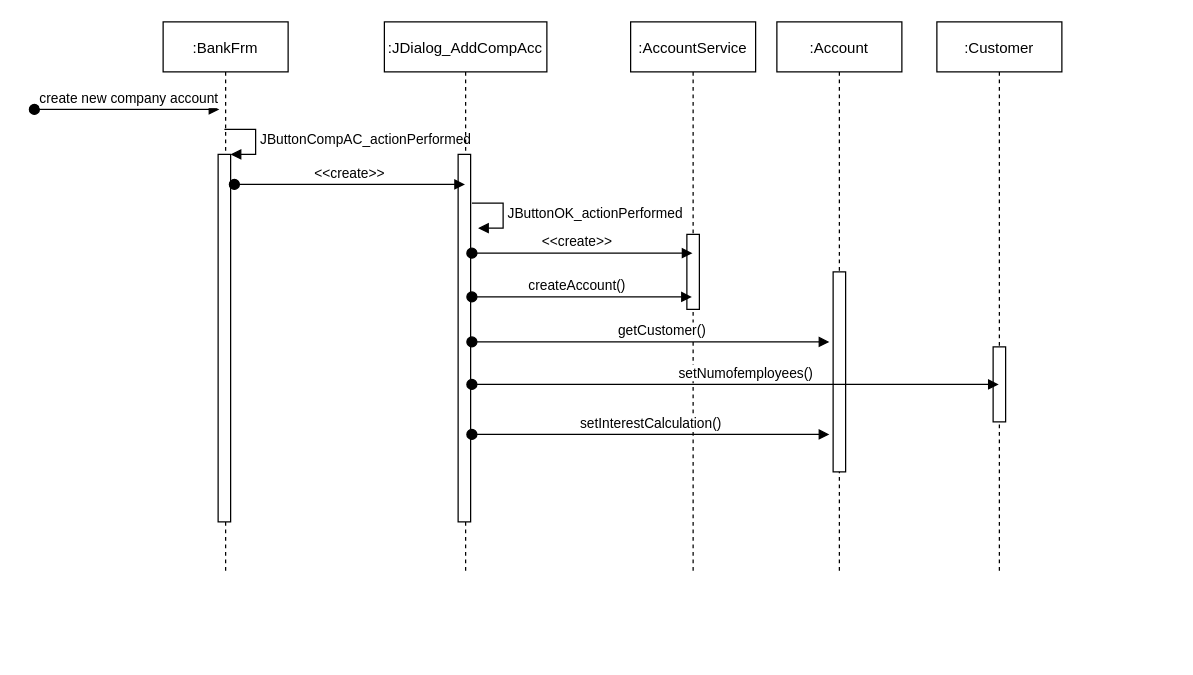
Before: documents/New_Company_Account_Sequence_Diagram.drawio in carwyndoan/bankproj, a draw.io diagram. Source tidied: cells renumbered, new cells numbered last; positions are measured from the earlier drawing's top-left corner, leaving out a move shared by most shapes. Both pictures are drawn from the tidied source at 125%, with x=0, y=0 at pixel (34, 21).
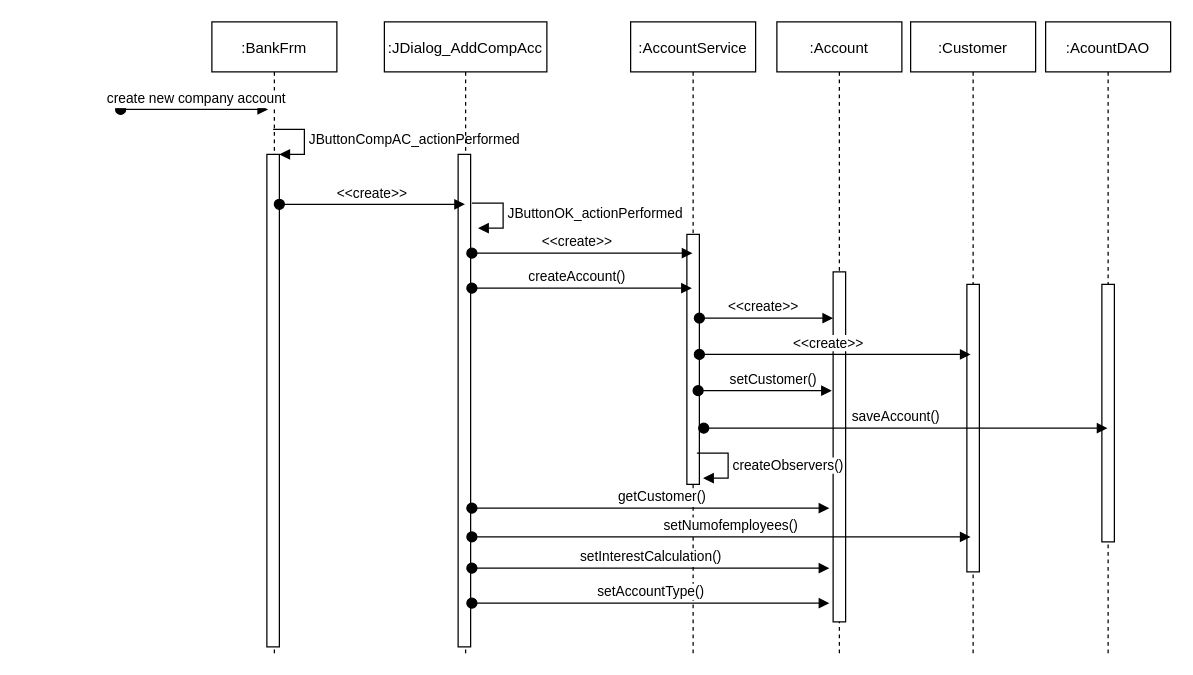
Above is the later version.

Commit message (it also covers changes not shown here):
Update documents: add setAccountType, and more details

Diff of the diagram source:
```diff
@@
     <mxCell id="2" value=":AccountService" style="shape=umlLifeline;perimeter=lifelinePerimeter;rounded=0;shadow=0;strokeWidth=1;" parent="1" vertex="1">
-      <mxGeometry x="477" width="100" height="440" as="geometry" />
+      <mxGeometry x="477" width="100" height="505" as="geometry" />
     </mxCell>
     <mxCell id="3" style="html=1;perimeter=orthogonalPerimeter;" parent="2" vertex="1">
-      <mxGeometry x="45" y="170" width="10" height="60" as="geometry" />
+      <mxGeometry x="45" y="170" width="10" height="200" as="geometry" />
     </mxCell>
     <mxCell id="4" value=":Account" style="shape=umlLifeline;perimeter=lifelinePerimeter;rounded=0;shadow=0;strokeWidth=1;" parent="1" vertex="1">
-      <mxGeometry x="594" width="100" height="440" as="geometry" />
+      <mxGeometry x="594" width="100" height="505" as="geometry" />
     </mxCell>
     <mxCell id="5" style="perimeter=orthogonalPerimeter;rounded=0;shadow=0;strokeWidth=1;" parent="4" vertex="1">
-      <mxGeometry x="45" y="200" width="10" height="160" as="geometry" />
+      <mxGeometry x="45" y="200" width="10" height="280" as="geometry" />
     </mxCell>
+    <mxCell id="21" value="&amp;lt;&amp;lt;create&amp;gt;&amp;gt;" style="html=1;verticalAlign=bottom;startArrow=oval;startFill=1;endArrow=block;startSize=8;" parent="4" edge="1">
+      <mxGeometry x="-0.05" relative="1" as="geometry">
+        <mxPoint x="-62" y="237" as="sourcePoint" />
+        <mxPoint x="45" y="237" as="targetPoint" />
+      </mxGeometry>
+    </mxCell>
     <mxCell id="6" value=":Customer" style="shape=umlLifeline;perimeter=lifelinePerimeter;rounded=0;shadow=0;strokeWidth=1;" parent="1" vertex="1">
-      <mxGeometry x="722" width="100" height="440" as="geometry" />
+      <mxGeometry x="701" width="100" height="505" as="geometry" />
     </mxCell>
     <mxCell id="7" style="perimeter=orthogonalPerimeter;rounded=0;shadow=0;strokeWidth=1;" parent="6" vertex="1">
-      <mxGeometry x="45" y="260" width="10" height="60" as="geometry" />
+      <mxGeometry x="45" y="210" width="10" height="230" as="geometry" />
     </mxCell>
     <mxCell id="8" value=":BankFrm" style="shape=umlLifeline;perimeter=lifelinePerimeter;rounded=0;shadow=0;strokeWidth=1;" parent="1" vertex="1">
-      <mxGeometry x="103" width="100" height="440" as="geometry" />
+      <mxGeometry x="142" width="100" height="505" as="geometry" />
     </mxCell>
     <mxCell id="9" value="create new company account" style="verticalAlign=bottom;startArrow=oval;endArrow=block;startSize=8;shadow=0;strokeWidth=1;" parent="8" edge="1">
       <mxGeometry x="0.03" relative="1" as="geometry">
-        <mxPoint x="-103" y="70" as="sourcePoint" />
+        <mxPoint x="-73" y="70" as="sourcePoint" />
         <mxPoint x="45" y="70" as="targetPoint" />
       </mxGeometry>
     </mxCell>
     <mxCell id="10" style="html=1;points=[];perimeter=orthogonalPerimeter;" parent="8" vertex="1">
-      <mxGeometry x="44" y="106" width="10" height="294" as="geometry" />
+      <mxGeometry x="44" y="106" width="10" height="394" as="geometry" />
     </mxCell>
@@
     <mxCell id="12" value=":JDialog_AddCompAcc" style="shape=umlLifeline;perimeter=lifelinePerimeter;rounded=0;shadow=0;strokeWidth=1;" parent="1" vertex="1">
-      <mxGeometry x="280" width="130" height="440" as="geometry" />
+      <mxGeometry x="280" width="130" height="505" as="geometry" />
     </mxCell>
     <mxCell id="13" style="html=1;perimeter=orthogonalPerimeter;" parent="12" vertex="1">
-      <mxGeometry x="59" y="106" width="10" height="294" as="geometry" />
+      <mxGeometry x="59" y="106" width="10" height="394" as="geometry" />
     </mxCell>
-    <mxCell id="14" value="&amp;lt;&amp;lt;create&amp;gt;&amp;gt;" style="html=1;verticalAlign=bottom;startArrow=oval;startFill=1;endArrow=block;startSize=8;" parent="1" edge="1" target="12">
-      <mxGeometry relative="1" as="geometry">
-        <mxPoint x="160" y="130" as="sourcePoint" />
-      </mxGeometry>
+    <mxCell id="14" value="&amp;lt;&amp;lt;create&amp;gt;&amp;gt;" style="html=1;verticalAlign=bottom;startArrow=oval;startFill=1;endArrow=block;startSize=8;exitX=0.54;exitY=0.289;exitDx=0;exitDy=0;exitPerimeter=0;" parent="1" edge="1" source="8" target="12">
+      <mxGeometry relative="1" as="geometry" />
     </mxCell>
@@
     <mxCell id="17" value="createAccount()" style="html=1;verticalAlign=bottom;startArrow=oval;startFill=1;endArrow=block;startSize=8;" parent="1" edge="1">
       <mxGeometry x="-0.05" relative="1" as="geometry">
-        <mxPoint x="350" y="220" as="sourcePoint" />
-        <mxPoint x="526" y="220" as="targetPoint" />
+        <mxPoint x="350" y="213" as="sourcePoint" />
+        <mxPoint x="526" y="213" as="targetPoint" />
       </mxGeometry>
     </mxCell>
     <mxCell id="18" value="getCustomer()" style="html=1;verticalAlign=bottom;startArrow=oval;startFill=1;endArrow=block;startSize=8;" parent="1" edge="1">
       <mxGeometry x="0.06" relative="1" as="geometry">
-        <mxPoint x="350" y="256" as="sourcePoint" />
-        <mxPoint x="636" y="256" as="targetPoint" />
+        <mxPoint x="350" y="389" as="sourcePoint" />
+        <mxPoint x="636" y="389" as="targetPoint" />
       </mxGeometry>
     </mxCell>
-    <mxCell id="19" value="setNumofemployees()" style="html=1;verticalAlign=bottom;startArrow=oval;startFill=1;endArrow=block;startSize=8;" parent="1" edge="1" target="6">
+    <mxCell id="19" value="setNumofemployees()" style="html=1;verticalAlign=bottom;startArrow=oval;startFill=1;endArrow=block;startSize=8;" parent="1" edge="1">
       <mxGeometry x="0.04" relative="1" as="geometry">
-        <mxPoint x="350" y="290" as="sourcePoint" />
+        <mxPoint x="350" y="412" as="sourcePoint" />
+        <mxPoint x="749" y="412" as="targetPoint" />
       </mxGeometry>
     </mxCell>
     <mxCell id="20" value="setInterestCalculation()" style="html=1;verticalAlign=bottom;startArrow=oval;startFill=1;endArrow=block;startSize=8;" parent="1" edge="1">
       <mxGeometry relative="1" as="geometry">
-        <mxPoint x="350" y="330" as="sourcePoint" />
-        <mxPoint x="636" y="330" as="targetPoint" />
+        <mxPoint x="350" y="437" as="sourcePoint" />
+        <mxPoint x="636" y="437" as="targetPoint" />
       </mxGeometry>
     </mxCell>
+    <mxCell id="22" value="setAccountType()" style="html=1;verticalAlign=bottom;startArrow=oval;startFill=1;endArrow=block;startSize=8;" parent="1" edge="1">
+      <mxGeometry relative="1" as="geometry">
+        <mxPoint x="350" y="465" as="sourcePoint" />
+        <mxPoint x="636" y="465" as="targetPoint" />
+      </mxGeometry>
+    </mxCell>
+    <mxCell id="23" value="&amp;lt;&amp;lt;create&amp;gt;&amp;gt;" style="html=1;verticalAlign=bottom;startArrow=oval;startFill=1;endArrow=block;startSize=8;" parent="1" edge="1">
+      <mxGeometry x="-0.05" relative="1" as="geometry">
+        <mxPoint x="532" y="266" as="sourcePoint" />
+        <mxPoint x="749" y="266" as="targetPoint" />
+      </mxGeometry>
+    </mxCell>
+    <mxCell id="24" value="setCustomer()" style="html=1;verticalAlign=bottom;startArrow=oval;startFill=1;endArrow=block;startSize=8;" parent="1" edge="1">
+      <mxGeometry x="0.12" relative="1" as="geometry">
+        <mxPoint x="531" y="295" as="sourcePoint" />
+        <mxPoint x="638" y="295" as="targetPoint" />
+      </mxGeometry>
+    </mxCell>
+    <mxCell id="25" value=":AcountDAO" style="shape=umlLifeline;perimeter=lifelinePerimeter;rounded=0;shadow=0;strokeWidth=1;" parent="1" vertex="1">
+      <mxGeometry x="809" width="100" height="505" as="geometry" />
+    </mxCell>
+    <mxCell id="26" style="perimeter=orthogonalPerimeter;rounded=0;shadow=0;strokeWidth=1;" parent="25" vertex="1">
+      <mxGeometry x="45" y="210" width="10" height="206" as="geometry" />
+    </mxCell>
+    <mxCell id="27" value="saveAccount()" style="html=1;verticalAlign=bottom;startArrow=oval;startFill=1;endArrow=block;startSize=8;" parent="1" edge="1" target="25">
+      <mxGeometry x="-0.05" relative="1" as="geometry">
+        <mxPoint x="535.5" y="325" as="sourcePoint" />
+      </mxGeometry>
+    </mxCell>
+    <mxCell id="28" value="createObservers()" style="edgeStyle=orthogonalEdgeStyle;html=1;align=left;spacingLeft=2;endArrow=block;rounded=0;entryX=1;entryY=0;" parent="1" edge="1">
+      <mxGeometry x="0.08" relative="1" as="geometry">
+        <mxPoint x="530" y="345" as="sourcePoint" />
+        <mxPoint x="535" y="365" as="targetPoint" />
+        <Array as="points">
+          <mxPoint x="555" y="345" />
+        </Array>
+      </mxGeometry>
+    </mxCell>
```
